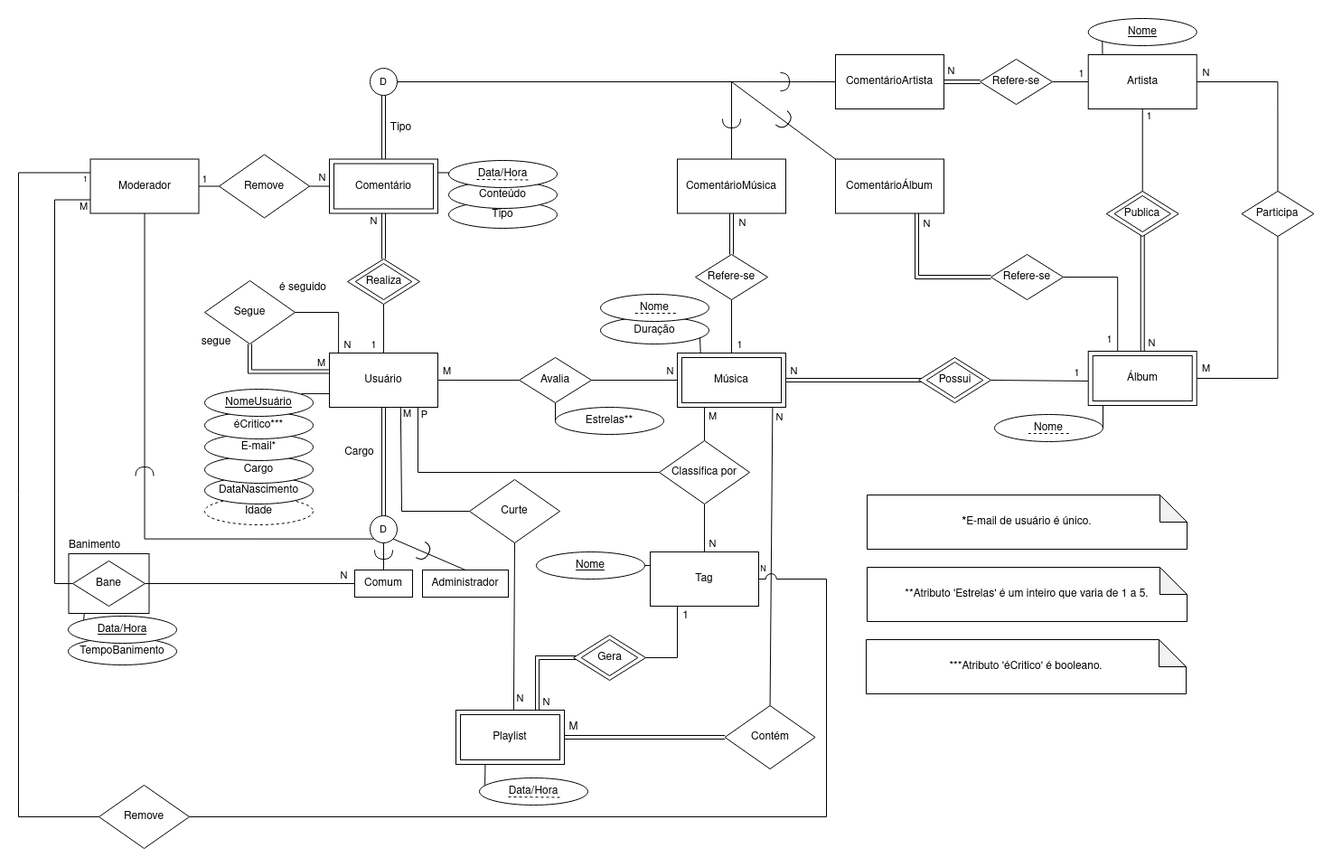
This is Rotten-Lemons-MER.png from natan-dot-com/Rotten-Lemons, a draw.io export, as it was before one commit. Source tidied: cells renumbered, new cells last; positions are measured from the earlier drawing's top-left corner, leaving out a move shared by most shapes.
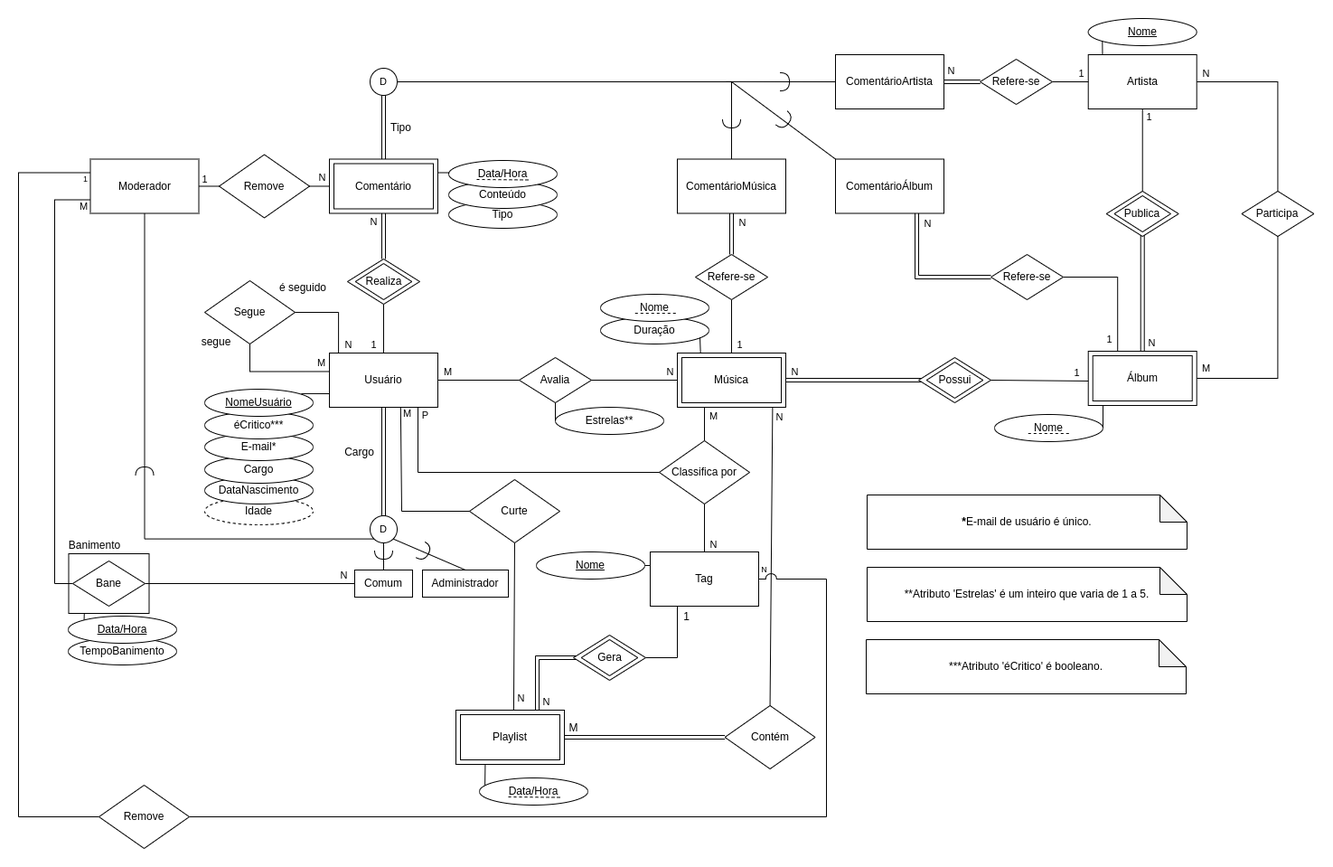
The same file after the commit.

Commit message:
Fix ERM and Rel. Schema according to the feedback

What changed in the source:
```diff
@@ -321,7 +321,7 @@
     <mxCell id="85" value="&lt;div align=&quot;center&quot;&gt;Segue&lt;/div&gt;" style="rhombus;whiteSpace=wrap;html=1;rounded=0;strokeWidth=1;align=center;" parent="1" vertex="1">
       <mxGeometry x="206" y="290" width="100" height="70" as="geometry" />
     </mxCell>
-    <mxCell id="86" style="endArrow=none;html=1;rounded=0;entryX=-0.006;entryY=0.341;entryDx=0;entryDy=0;entryPerimeter=0;exitX=0.5;exitY=1;exitDx=0;exitDy=0;edgeStyle=orthogonalEdgeStyle;shape=link;" parent="1" edge="1" source="85" target="18">
+    <mxCell id="86" style="endArrow=none;html=1;rounded=0;entryX=-0.006;entryY=0.341;entryDx=0;entryDy=0;entryPerimeter=0;exitX=0.5;exitY=1;exitDx=0;exitDy=0;edgeStyle=orthogonalEdgeStyle;" parent="1" edge="1" source="85" target="18">
       <mxGeometry relative="1" as="geometry" />
     </mxCell>
     <mxCell id="87" value="M" style="edgeLabel;html=1;align=center;verticalAlign=middle;" parent="86" vertex="1">
```
